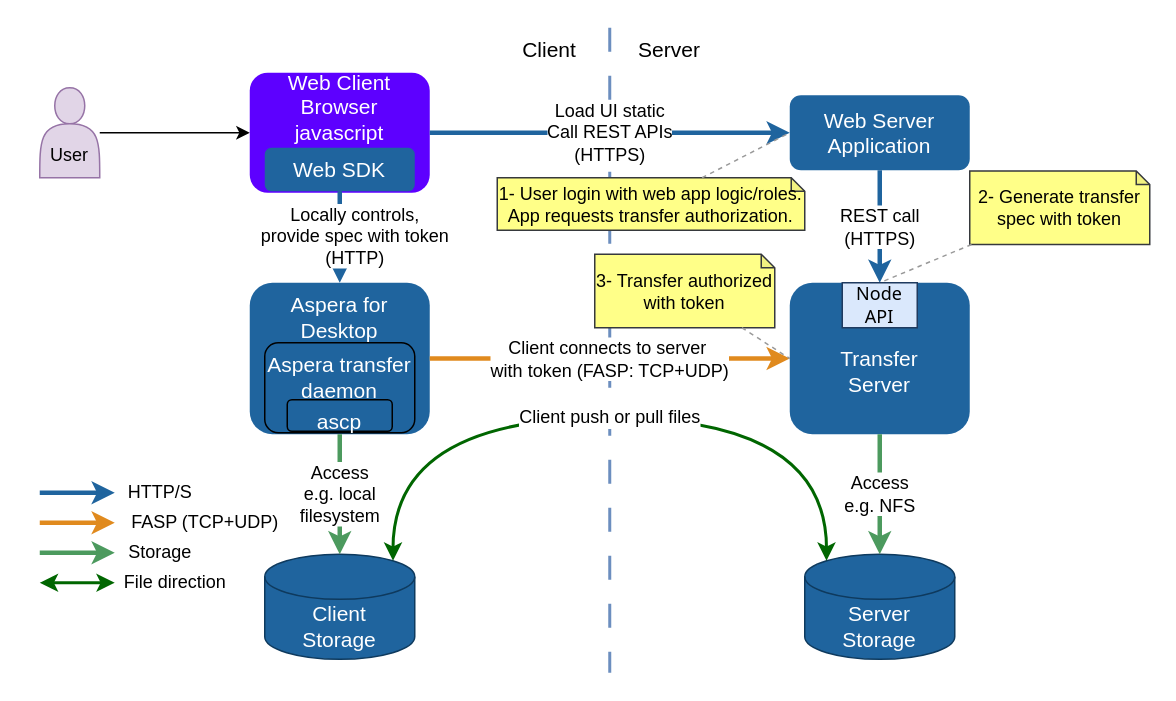
laurent-martin/aspera-api-examples keeps this draw.io diagram as page "api-5" (5 of 10) of guide/images/diagrams.drawio. Above is the earlier version. Source tidied: cells renumbered, new cells numbered last; positions are measured from the earlier drawing's top-left corner, leaving out a move shared by most shapes. Both pictures are drawn from the tidied source at 150%, with x=0, y=0 at pixel (39, 27).
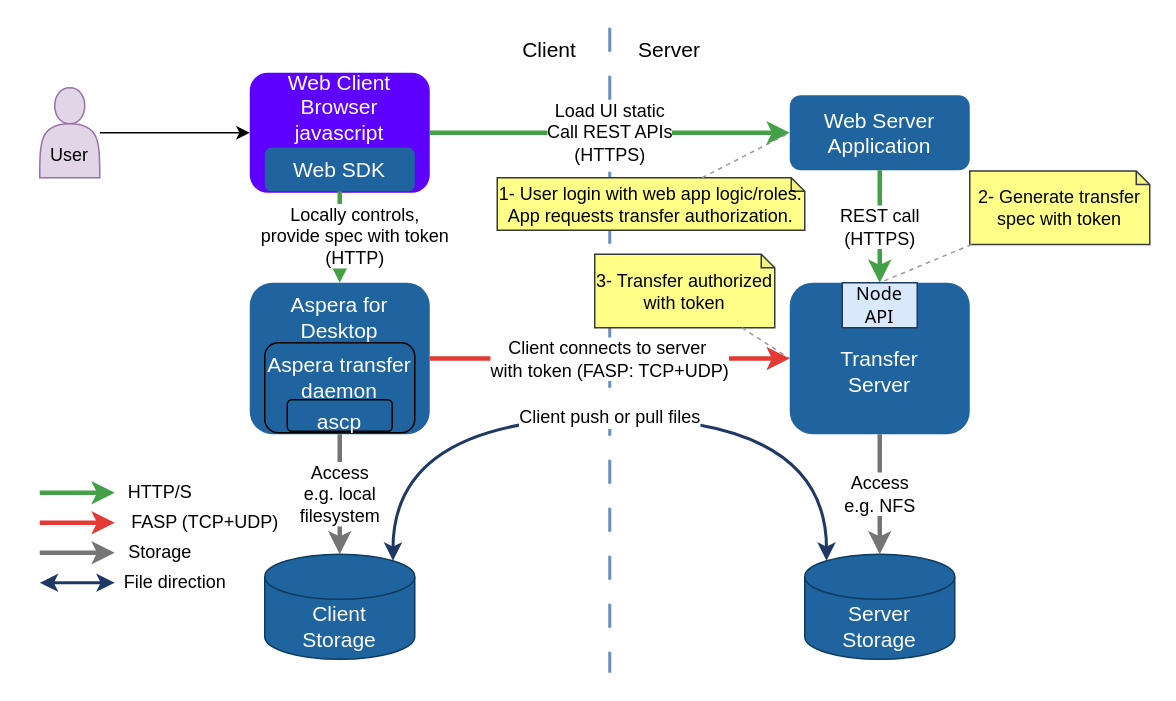
After the change.

Unchanged cells that the change refers to:
```xml
<mxCell id="6" value="Web Client&lt;div&gt;Browser&lt;/div&gt;&lt;div&gt;javascript&lt;/div&gt;&lt;div&gt;&lt;br&gt;&lt;/div&gt;&lt;div&gt;&lt;br&gt;&lt;/div&gt;" style="rounded=1;whiteSpace=wrap;html=1;fillColor=#5D00FF;fontColor=#ffffff;strokeColor=none;fontSize=14;" parent="1" vertex="1">
  <mxGeometry x="140" y="30" width="120" height="80" as="geometry" />
</mxCell>
<mxCell id="7" value="Web Server&lt;br&gt;Application" style="rounded=1;whiteSpace=wrap;html=1;fillColor=#1F649E;fontColor=#ffffff;strokeColor=none;fontSize=14;" parent="1" vertex="1">
  <mxGeometry x="500" y="45" width="120" height="50" as="geometry" />
</mxCell>
<mxCell id="8" value="Aspera for Desktop" style="rounded=1;whiteSpace=wrap;html=1;fillColor=#1f649e;fontColor=#ffffff;strokeColor=none;fontSize=14;verticalAlign=top;" parent="1" vertex="1">
  <mxGeometry x="140" y="170" width="120" height="101" as="geometry" />
</mxCell>
<mxCell id="9" value="&lt;div&gt;&lt;br&gt;&lt;/div&gt;Transfer&lt;br&gt;Server" style="rounded=1;whiteSpace=wrap;html=1;fillColor=#1F649E;fontColor=#ffffff;strokeColor=none;strokeWidth=2;fontSize=14;align=center;verticalAlign=middle;fontFamily=Helvetica;" parent="1" vertex="1">
  <mxGeometry x="500" y="170" width="120" height="101" as="geometry" />
</mxCell>
<mxCell id="10" value="Client&lt;div&gt;Storage&lt;/div&gt;" style="shape=cylinder3;whiteSpace=wrap;html=1;boundedLbl=1;backgroundOutline=1;size=15;fillColor=#1f649e;fontColor=#ffffff;strokeColor=#0e3a5e;fontSize=14;" parent="1" vertex="1">
  <mxGeometry x="150" y="351" width="100" height="70" as="geometry" />
</mxCell>
<mxCell id="11" value="Server&lt;div&gt;Storage&lt;/div&gt;" style="shape=cylinder3;whiteSpace=wrap;html=1;boundedLbl=1;backgroundOutline=1;size=15;fillColor=#1f649e;fontColor=#ffffff;strokeColor=#0e3a5e;fontSize=14;" parent="1" vertex="1">
  <mxGeometry x="510" y="351" width="100" height="70" as="geometry" />
</mxCell>
<mxCell id="24" value="&lt;font face=&quot;Tahoma&quot;&gt;Node&lt;/font&gt;&lt;div&gt;&lt;font face=&quot;Tahoma&quot;&gt;API&lt;/font&gt;&lt;/div&gt;" style="rounded=0;whiteSpace=wrap;html=1;fillColor=#DAE8FC;strokeColor=#1F3A5F;" parent="1" vertex="1">
  <mxGeometry x="535" y="170" width="50" height="30" as="geometry" />
</mxCell>
<mxCell id="29" value="Web SDK" style="rounded=1;whiteSpace=wrap;html=1;fillColor=#1F649E;fontColor=#ffffff;strokeColor=none;fontSize=14;" parent="1" vertex="1">
  <mxGeometry x="150" y="80" width="100" height="29" as="geometry" />
</mxCell>
```

The edit, as a diff of the source:
```diff
@@
-    <mxCell id="15" value="Load UI static&lt;div&gt;Call REST APIs&lt;/div&gt;&lt;div&gt;(HTTPS)&lt;/div&gt;" style="edgeStyle=orthogonalEdgeStyle;rounded=0;jettySize=auto;html=1;strokeWidth=3;strokeColor=#1F649E;fontSize=12;align=center;verticalAlign=middle;fontFamily=Helvetica;fontColor=default;labelBackgroundColor=default;endArrow=classic;" parent="1" edge="1" source="6" target="7">
+    <mxCell id="15" value="Load UI static&lt;div&gt;Call REST APIs&lt;/div&gt;&lt;div&gt;(HTTPS)&lt;/div&gt;" style="edgeStyle=orthogonalEdgeStyle;rounded=0;jettySize=auto;html=1;strokeWidth=3;strokeColor=#43A047;fontSize=12;align=center;verticalAlign=middle;fontFamily=Helvetica;fontColor=default;labelBackgroundColor=default;endArrow=classic;" parent="1" edge="1" source="6" target="7">
       <mxGeometry relative="1" as="geometry" />
     </mxCell>
-    <mxCell id="16" value="REST call&lt;div&gt;(HTTPS)&lt;/div&gt;" style="edgeStyle=orthogonalEdgeStyle;rounded=0;jettySize=auto;html=1;strokeWidth=3;strokeColor=#1F649E;fontSize=12;align=center;verticalAlign=middle;fontFamily=Helvetica;fontColor=default;labelBackgroundColor=default;endArrow=classic;" parent="1" edge="1" source="7" target="24">
+    <mxCell id="16" value="REST call&lt;div&gt;(HTTPS)&lt;/div&gt;" style="edgeStyle=orthogonalEdgeStyle;rounded=0;jettySize=auto;html=1;strokeWidth=3;strokeColor=#43A047;fontSize=12;align=center;verticalAlign=middle;fontFamily=Helvetica;fontColor=default;labelBackgroundColor=default;endArrow=classic;" parent="1" edge="1" source="7" target="24">
       <mxGeometry relative="1" as="geometry" />
     </mxCell>
-    <mxCell id="17" value="Locally controls,&lt;div&gt;provide spec with token&lt;br&gt;&lt;div&gt;(HTTP)&lt;/div&gt;&lt;/div&gt;" style="edgeStyle=orthogonalEdgeStyle;rounded=0;jettySize=auto;html=1;strokeWidth=3;strokeColor=#1F649E;fontSize=12;exitX=0.5;exitY=1;exitDx=0;exitDy=0;" parent="1" edge="1" source="29" target="8">
+    <mxCell id="17" value="Locally controls,&lt;div&gt;provide spec with token&lt;br&gt;&lt;div&gt;(HTTP)&lt;/div&gt;&lt;/div&gt;" style="edgeStyle=orthogonalEdgeStyle;rounded=0;jettySize=auto;html=1;strokeWidth=3;strokeColor=#43A047;fontSize=12;exitX=0.5;exitY=1;exitDx=0;exitDy=0;" parent="1" edge="1" source="29" target="8">
       <mxGeometry x="-0.01" y="10" relative="1" as="geometry" />
     </mxCell>
-    <mxCell id="18" value="Client connects to server&amp;nbsp;&lt;div&gt;with token (FASP: TCP+UDP)&lt;/div&gt;" style="edgeStyle=orthogonalEdgeStyle;rounded=0;jettySize=auto;html=1;strokeWidth=3;strokeColor=#E08A1E;fontSize=12;" parent="1" edge="1" source="8" target="9">
+    <mxCell id="18" value="Client connects to server&amp;nbsp;&lt;div&gt;with token (FASP: TCP+UDP)&lt;/div&gt;" style="edgeStyle=orthogonalEdgeStyle;rounded=0;jettySize=auto;html=1;strokeWidth=3;strokeColor=#E53935;fontSize=12;" parent="1" edge="1" source="8" target="9">
       <mxGeometry relative="1" as="geometry" />
     </mxCell>
-    <mxCell id="19" value="Client push or pull files" style="edgeStyle=orthogonalEdgeStyle;rounded=1;jettySize=auto;html=1;strokeWidth=2;strokeColor=#006600;fontSize=12;startArrow=classic;startFill=1;exitX=0.855;exitY=0;exitDx=0;exitDy=4.35;exitPerimeter=0;entryX=0.145;entryY=0;entryDx=0;entryDy=4.35;entryPerimeter=0;flowAnimation=0;curved=1;" parent="1" edge="1" source="10" target="11">
+    <mxCell id="19" value="Client push or pull files" style="edgeStyle=orthogonalEdgeStyle;rounded=1;jettySize=auto;html=1;strokeWidth=2;strokeColor=#1F3864;fontSize=12;startArrow=classic;startFill=1;exitX=0.855;exitY=0;exitDx=0;exitDy=4.35;exitPerimeter=0;entryX=0.145;entryY=0;entryDx=0;entryDy=4.35;entryPerimeter=0;flowAnimation=0;curved=1;" parent="1" edge="1" source="10" target="11">
       <mxGeometry relative="1" as="geometry">
         <Array as="points">
           <mxPoint x="236" y="260" />
           <mxPoint x="525" y="260" />
         </Array>
       </mxGeometry>
     </mxCell>
@@
-    <mxCell id="22" value="Access&lt;br&gt;e.g. local&lt;div&gt;filesystem&lt;/div&gt;" style="edgeStyle=orthogonalEdgeStyle;rounded=0;jettySize=auto;html=1;strokeWidth=3;strokeColor=#4C9A5E;fontSize=12;exitX=0.5;exitY=1;exitDx=0;exitDy=0;entryX=0.5;entryY=0;entryDx=0;entryDy=0;entryPerimeter=0;" parent="1" edge="1" source="8" target="10">
+    <mxCell id="22" value="Access&lt;br&gt;e.g. local&lt;div&gt;filesystem&lt;/div&gt;" style="edgeStyle=orthogonalEdgeStyle;rounded=0;jettySize=auto;html=1;strokeWidth=3;strokeColor=#757575;fontSize=12;exitX=0.5;exitY=1;exitDx=0;exitDy=0;entryX=0.5;entryY=0;entryDx=0;entryDy=0;entryPerimeter=0;" parent="1" edge="1" source="8" target="10">
       <mxGeometry relative="1" as="geometry" />
     </mxCell>
-    <mxCell id="23" value="Access&lt;div&gt;e.g. NFS&lt;/div&gt;" style="edgeStyle=orthogonalEdgeStyle;rounded=0;jettySize=auto;html=1;strokeWidth=3;strokeColor=#4C9A5E;fontSize=12;exitX=0.5;exitY=1;exitDx=0;exitDy=0;entryX=0.5;entryY=0;entryDx=0;entryDy=0;entryPerimeter=0;" parent="1" edge="1" source="9" target="11">
+    <mxCell id="23" value="Access&lt;div&gt;e.g. NFS&lt;/div&gt;" style="edgeStyle=orthogonalEdgeStyle;rounded=0;jettySize=auto;html=1;strokeWidth=3;strokeColor=#757575;fontSize=12;exitX=0.5;exitY=1;exitDx=0;exitDy=0;entryX=0.5;entryY=0;entryDx=0;entryDy=0;entryPerimeter=0;" parent="1" edge="1" source="9" target="11">
       <mxGeometry relative="1" as="geometry" />
     </mxCell>
@@
-    <mxCell id="25" value="HTTP/S" style="rounded=0;orthogonalLoop=1;jettySize=auto;html=1;strokeWidth=3;strokeColor=#1F649E;fontSize=12;" parent="1" edge="1">
+    <mxCell id="25" value="HTTP/S" style="rounded=0;orthogonalLoop=1;jettySize=auto;html=1;strokeWidth=3;strokeColor=#43A047;fontSize=12;" parent="1" edge="1">
       <mxGeometry x="1" y="30" relative="1" as="geometry">
         <mxPoint y="310" as="sourcePoint" />
         <mxPoint x="50" y="310" as="targetPoint" />
         <mxPoint x="30" y="30" as="offset" />
       </mxGeometry>
     </mxCell>
-    <mxCell id="26" value="FASP (TCP+UDP)" style="edgeStyle=orthogonalEdgeStyle;rounded=0;orthogonalLoop=1;jettySize=auto;html=1;strokeWidth=3;strokeColor=#E08A1E;fontSize=12;labelBackgroundColor=default;" parent="1" edge="1">
+    <mxCell id="26" value="FASP (TCP+UDP)" style="edgeStyle=orthogonalEdgeStyle;rounded=0;orthogonalLoop=1;jettySize=auto;html=1;strokeWidth=3;strokeColor=#E53935;fontSize=12;labelBackgroundColor=default;" parent="1" edge="1">
       <mxGeometry x="1" y="60" relative="1" as="geometry">
         <mxPoint y="330" as="sourcePoint" />
         <mxPoint x="50" y="330" as="targetPoint" />
         <mxPoint x="60" y="60" as="offset" />
       </mxGeometry>
     </mxCell>
-    <mxCell id="27" value="&lt;span&gt;Storage&lt;/span&gt;" style="edgeStyle=orthogonalEdgeStyle;rounded=0;orthogonalLoop=1;jettySize=auto;html=1;strokeWidth=3;strokeColor=#4C9A5E;fontSize=12;labelBackgroundColor=default;" parent="1" edge="1">
+    <mxCell id="27" value="&lt;span&gt;Storage&lt;/span&gt;" style="edgeStyle=orthogonalEdgeStyle;rounded=0;orthogonalLoop=1;jettySize=auto;html=1;strokeWidth=3;strokeColor=#757575;fontSize=12;labelBackgroundColor=default;" parent="1" edge="1">
       <mxGeometry x="1" y="30" relative="1" as="geometry">
         <mxPoint y="350" as="sourcePoint" />
         <mxPoint x="50" y="350" as="targetPoint" />
         <mxPoint x="30" y="30" as="offset" />
       </mxGeometry>
     </mxCell>
-    <mxCell id="28" value="File direction" style="rounded=1;orthogonalLoop=1;jettySize=auto;html=1;strokeWidth=2;strokeColor=#006600;fontSize=12;startArrow=classic;startFill=1;exitX=0.855;exitY=0;exitDx=0;exitDy=4.35;exitPerimeter=0;flowAnimation=0;" parent="1" edge="1">
+    <mxCell id="28" value="File direction" style="rounded=1;orthogonalLoop=1;jettySize=auto;html=1;strokeWidth=2;strokeColor=#1F3864;fontSize=12;startArrow=classic;startFill=1;exitX=0.855;exitY=0;exitDx=0;exitDy=4.35;exitPerimeter=0;flowAnimation=0;" parent="1" edge="1">
       <mxGeometry x="1" y="40" relative="1" as="geometry">
         <mxPoint y="370" as="sourcePoint" />
         <mxPoint x="50" y="370" as="targetPoint" />
         <mxPoint x="40" y="40" as="offset" />
       </mxGeometry>
     </mxCell>
```
